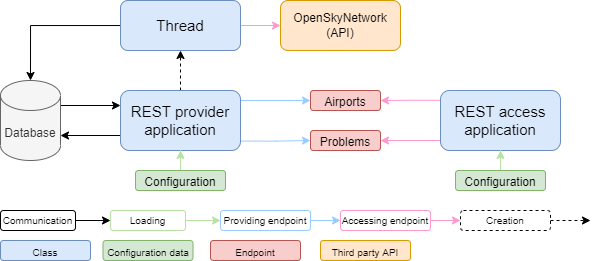
The draw.io diagram Simple Rest System.png in TheRealHuzy/Simple-Rest-System, before a commit. Source tidied: cells renumbered, new cells last; positions are measured from the earlier drawing's top-left corner, leaving out a move shared by most shapes.
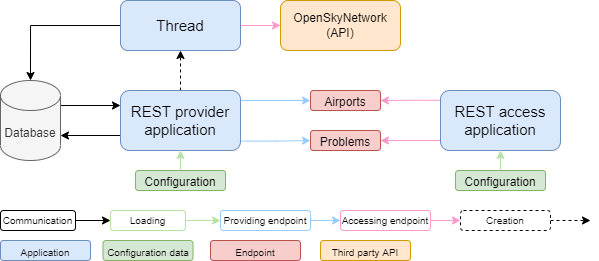
The same diagram one commit later.

The edit, as a diff of the source:
```diff
@@ -61,7 +61,7 @@
     <mxCell id="18" value="&lt;font style=&quot;font-size: 12px;&quot;&gt;Configuration&lt;/font&gt;" style="rounded=1;whiteSpace=wrap;html=1;fontSize=15;fillColor=#d5e8d4;strokeColor=#82b366;" parent="1" vertex="1">
       <mxGeometry x="455" y="170" width="90" height="20" as="geometry" />
     </mxCell>
-    <mxCell id="19" value="&lt;font style=&quot;font-size: 10px;&quot;&gt;Class&lt;/font&gt;" style="rounded=1;whiteSpace=wrap;html=1;fillColor=#dae8fc;strokeColor=#6c8ebf;fontSize=15;" parent="1" vertex="1">
+    <mxCell id="19" value="&lt;font style=&quot;font-size: 10px;&quot;&gt;Application&lt;/font&gt;" style="rounded=1;whiteSpace=wrap;html=1;fillColor=#dae8fc;strokeColor=#6c8ebf;fontSize=15;" parent="1" vertex="1">
       <mxGeometry y="240" width="90" height="20" as="geometry" />
     </mxCell>
     <mxCell id="20" value="&lt;font style=&quot;font-size: 10px;&quot;&gt;Configuration data&lt;/font&gt;" style="rounded=1;whiteSpace=wrap;html=1;fillColor=#d5e8d4;strokeColor=#82b366;fontSize=15;" parent="1" vertex="1">
```
